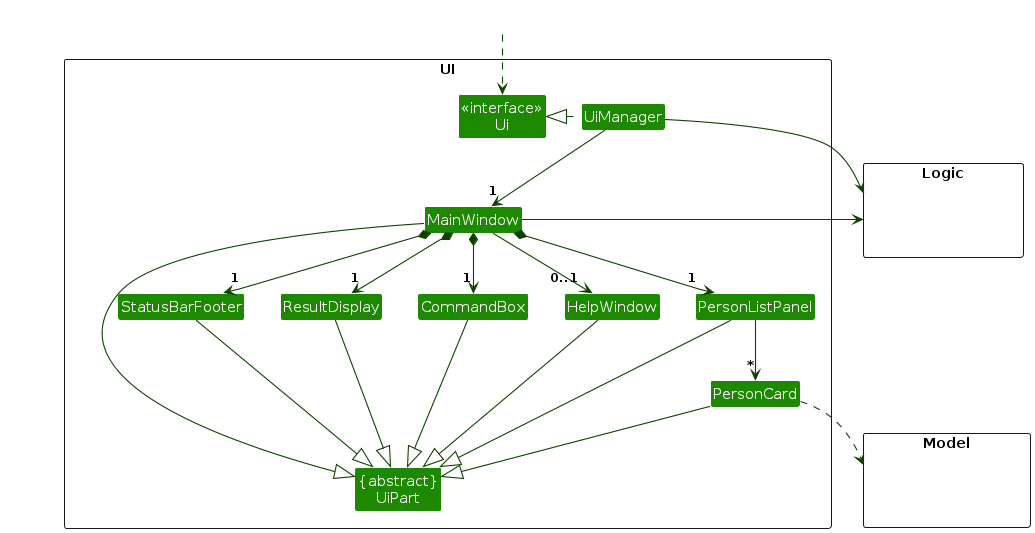
AY2627S1-CS2103T-T11-1/tp keeps this PlantUML diagram as diagrams/UiClassDiagram.png. Above is the earlier version. Its source is kept beside it as diagrams/UiClassDiagram.puml. Its diagram source:
```plantuml
@startuml
!include style.puml
skinparam arrowThickness 1.1
skinparam arrowColor UI_COLOR_T4
skinparam classBackgroundColor UI_COLOR

package UI <<Rectangle>>{
Class "<<interface>>\nUi" as Ui
Class "{abstract}\nUiPart" as UiPart
Class UiManager
Class MainWindow
Class HelpWindow
Class ResultDisplay
Class PersonListPanel
Class PersonCard
Class StatusBarFooter
Class CommandBox
}

package Model <<Rectangle>> {
Class HiddenModel #FFFFFF
}

package Logic <<Rectangle>> {
Class HiddenLogic #FFFFFF
}

Class HiddenOutside #FFFFFF
HiddenOutside ..> Ui

UiManager .left.|> Ui
UiManager -down-> "1" MainWindow
MainWindow *-down->  "1" CommandBox
MainWindow *-down-> "1" ResultDisplay
MainWindow *-down-> "1" PersonListPanel
MainWindow *-down-> "1" StatusBarFooter
MainWindow --> "0..1" HelpWindow

PersonListPanel -down-> "*" PersonCard

MainWindow -left-|> UiPart

ResultDisplay --|> UiPart
CommandBox --|> UiPart
PersonListPanel --|> UiPart
PersonCard --|> UiPart
StatusBarFooter --|> UiPart
HelpWindow --|> UiPart

PersonCard ..> Model
UiManager -right-> Logic
MainWindow -left-> Logic

PersonListPanel -[hidden]left- HelpWindow
HelpWindow -[hidden]left- CommandBox
CommandBox -[hidden]left- ResultDisplay
ResultDisplay -[hidden]left- StatusBarFooter

MainWindow -[hidden]-|> UiPart
@enduml
```
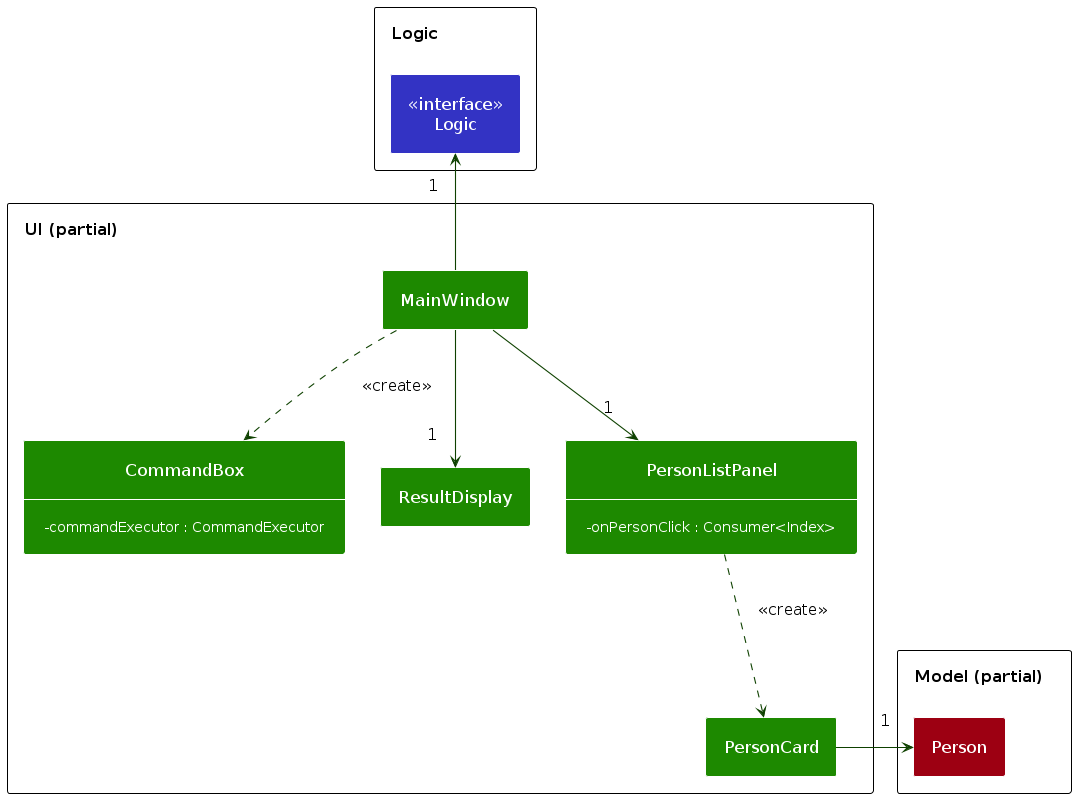
The same diagram one commit later.

The edit, as a diff of the source:
```diff
@@ -3,58 +3,41 @@
 skinparam arrowThickness 1.1
 skinparam arrowColor UI_COLOR_T4
 skinparam classBackgroundColor UI_COLOR
+skinparam classFontSize 17
+skinparam ClassAttributeFontColor #FFFFFF
+skinparam ClassAttributeIconSize 0
+skinparam ArrowFontSize 16
+skinparam ArrowFontStyle plain
+skinparam packageTitleAlignment left
+skinparam Padding 15
 
-package UI <<Rectangle>>{
-Class "<<interface>>\nUi" as Ui
-Class "{abstract}\nUiPart" as UiPart
-Class UiManager
-Class MainWindow
-Class HelpWindow
-Class ResultDisplay
-Class PersonListPanel
-Class PersonCard
-Class StatusBarFooter
-Class CommandBox
+package "UI (partial)" {
+    class MainWindow
+    class CommandBox {
+        - commandExecutor : CommandExecutor
+    }
+    class ResultDisplay
+    class PersonListPanel {
+        - onPersonClick : Consumer<Index>
+    }
+    class PersonCard
 }
 
-package Model <<Rectangle>> {
-Class HiddenModel #FFFFFF
+package Logic {
+    class "<<interface>>\nLogic" as LogicApi LOGIC_COLOR
 }
 
-package Logic <<Rectangle>> {
-Class HiddenLogic #FFFFFF
+package "Model (partial)" {
+    class Person MODEL_COLOR
 }
 
-Class HiddenOutside #FFFFFF
-HiddenOutside ..> Ui
+show fields
+hide empty members
 
-UiManager .left.|> Ui
-UiManager -down-> "1" MainWindow
-MainWindow *-down->  "1" CommandBox
-MainWindow *-down-> "1" ResultDisplay
-MainWindow *-down-> "1" PersonListPanel
-MainWindow *-down-> "1" StatusBarFooter
-MainWindow --> "0..1" HelpWindow
-
-PersonListPanel -down-> "*" PersonCard
-
-MainWindow -left-|> UiPart
-
-ResultDisplay --|> UiPart
-CommandBox --|> UiPart
-PersonListPanel --|> UiPart
-PersonCard --|> UiPart
-StatusBarFooter --|> UiPart
-HelpWindow --|> UiPart
-
-PersonCard ..> Model
-UiManager -right-> Logic
-MainWindow -left-> Logic
-
-PersonListPanel -[hidden]left- HelpWindow
-HelpWindow -[hidden]left- CommandBox
-CommandBox -[hidden]left- ResultDisplay
-ResultDisplay -[hidden]left- StatusBarFooter
-
-MainWindow -[hidden]-|> UiPart
+MainWindow -up-> "1" LogicApi
+MainWindow -down-> "1" ResultDisplay
+MainWindow .down.> CommandBox : <<create>>
+MainWindow -down-> "1" PersonListPanel
+PersonListPanel .down.> PersonCard : <<create>>
+PersonCard -right-> "1" Person
 @enduml
```
